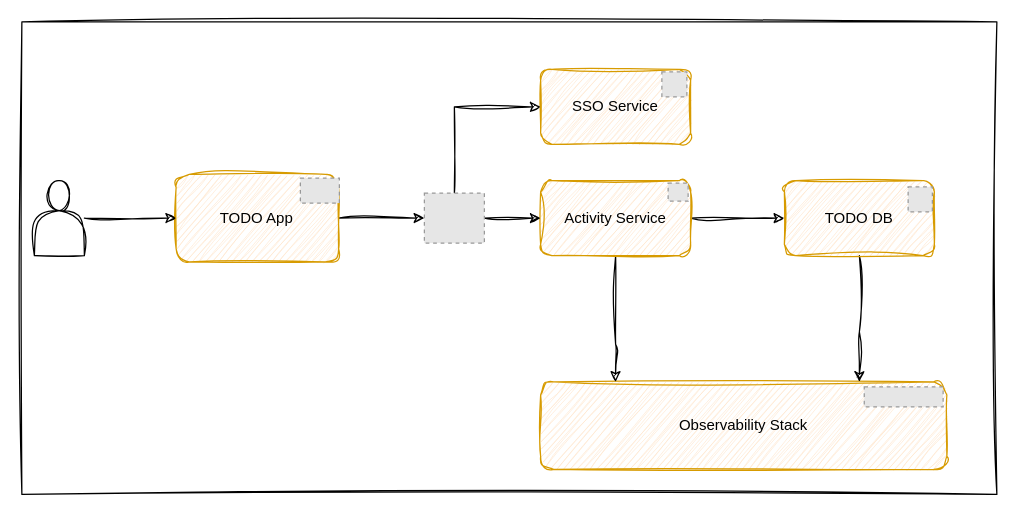
Earlier version of the draw.io diagram docs/arch.drawio (andrescosta/todo-spring-react). Source tidied: cells renumbered, new cells numbered last; positions are measured from the earlier drawing's top-left corner, leaving out a move shared by most shapes. Both pictures are drawn from the tidied source at 125%, with x=0, y=0 at pixel (21, 21). Pictures stored in the file or linked from it are replaced by grey dashed boxes.
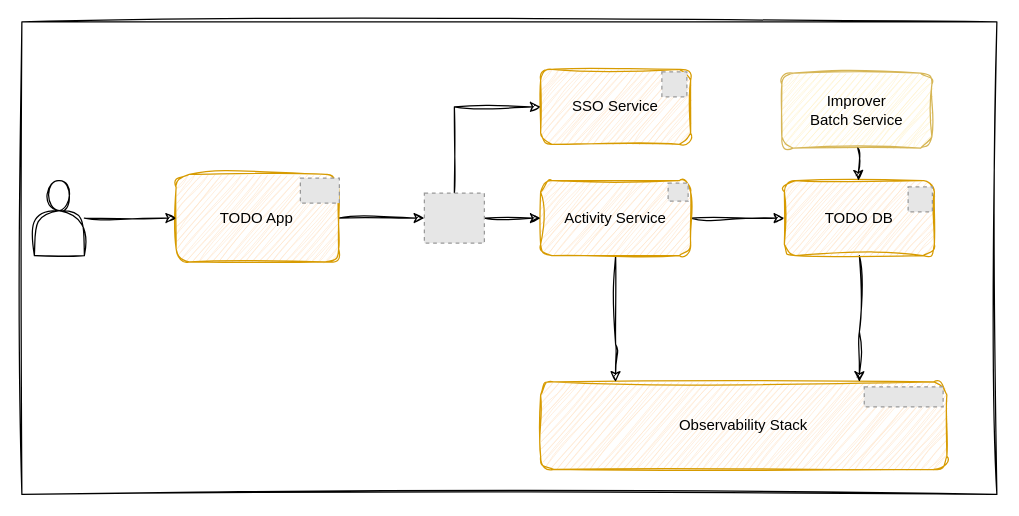
The same diagram, later.

The change refers to these unchanged cells:
```xml
<mxCell id="10" value="TODO DB" style="rounded=1;whiteSpace=wrap;html=1;fillColor=#ffe6cc;strokeColor=#d79b00;sketch=1;curveFitting=1;jiggle=2;" parent="1" vertex="1">
  <mxGeometry x="610" y="127" width="120" height="60" as="geometry" />
</mxCell>
```

What changed in the source:
```diff
@@
+    <mxCell id="23" value="Improver&lt;br&gt;Batch Service" style="rounded=1;whiteSpace=wrap;html=1;fillColor=#fff2cc;strokeColor=#d6b656;sketch=1;curveFitting=1;jiggle=2;" parent="1" vertex="1">
+      <mxGeometry x="608" y="41" width="120" height="60" as="geometry" />
+    </mxCell>
+    <mxCell id="24" style="endArrow=classic;html=1;rounded=0;sketch=1;curveFitting=1;jiggle=2;" parent="1" edge="1" source="23" target="10">
+      <mxGeometry relative="1" as="geometry" />
+    </mxCell>
```
